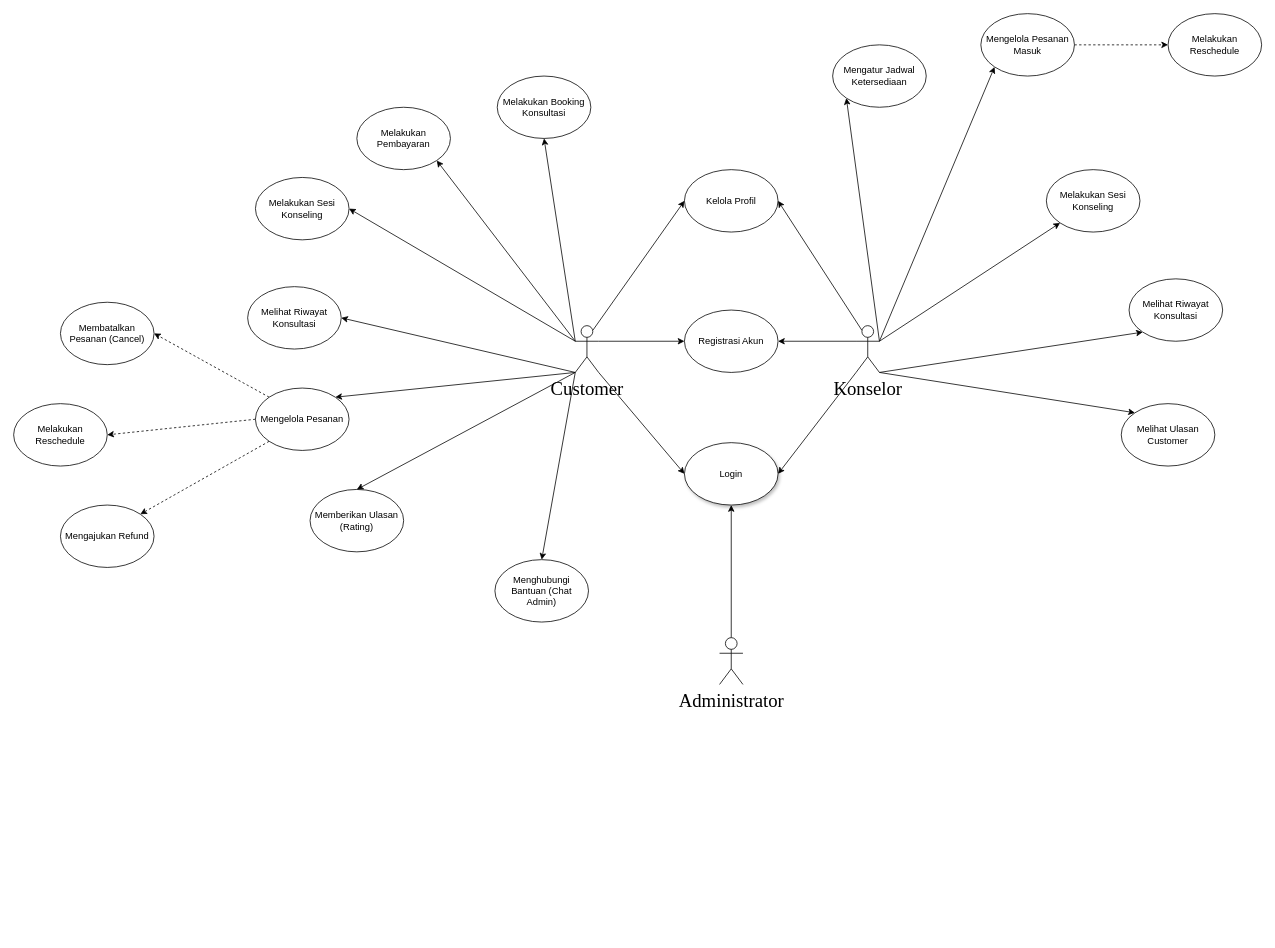
This is Use Case Diagram.drawio from UlulAzmiALatala/moodly-app, a draw.io file, before an edit. Source tidied: cells renumbered, new cells numbered last; positions are measured from the earlier drawing's top-left corner, leaving out a move shared by most shapes. Both pictures are drawn from the tidied source at 78%, with x=0, y=0 at pixel (13, 13).
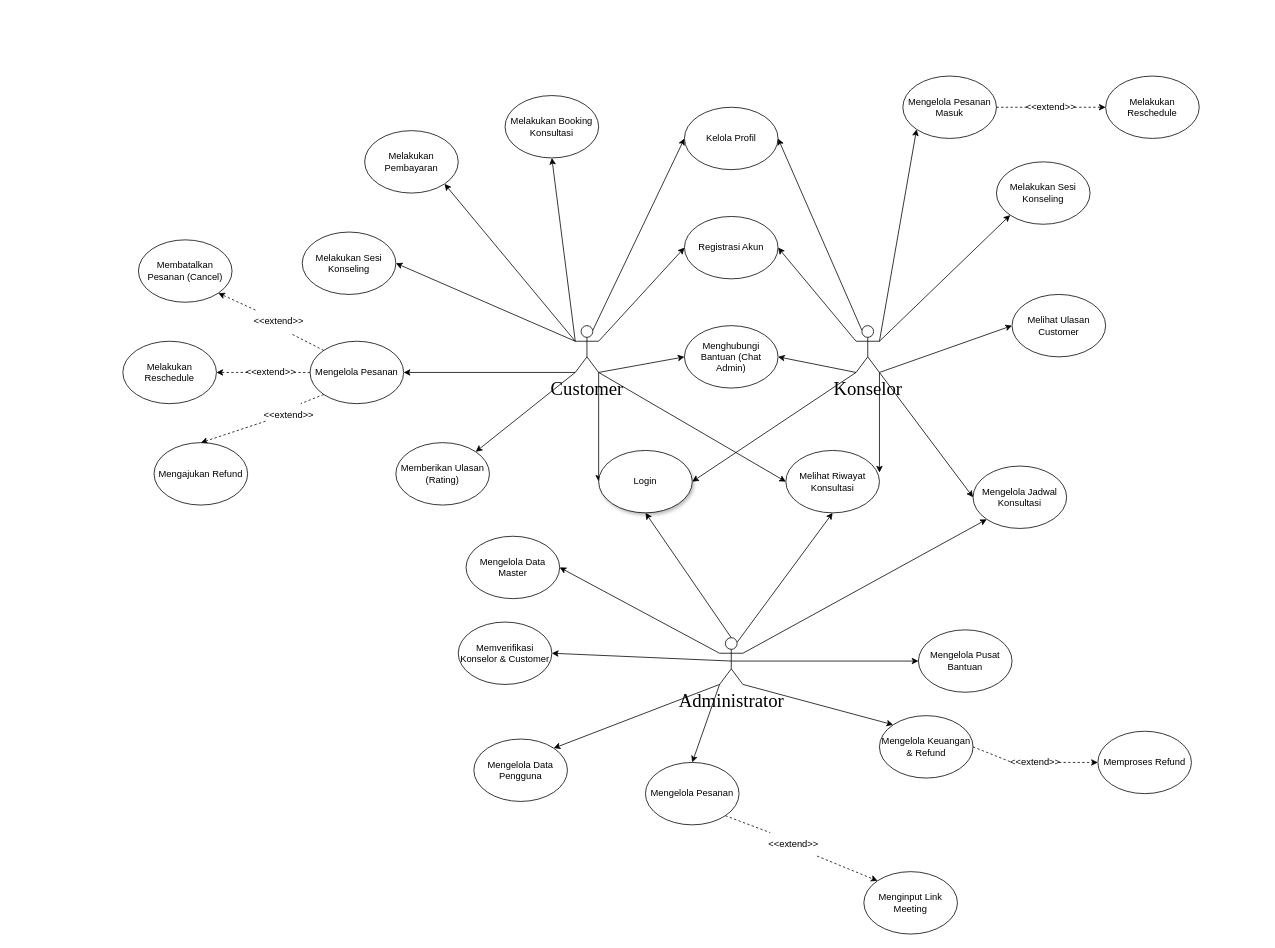
After the change.

The change refers to these unchanged cells:
```xml
<mxCell id="12" value="&lt;font face=&quot;Times New Roman&quot; style=&quot;font-size: 24px;&quot;&gt;Customer&lt;/font&gt;" style="shape=umlActor;verticalLabelPosition=bottom;verticalAlign=top;html=1;outlineConnect=0;" parent="1" vertex="1">
  <mxGeometry x="720" y="400" width="30" height="60" as="geometry" />
</mxCell>
<mxCell id="37" value="&lt;font face=&quot;Times New Roman&quot; style=&quot;font-size: 24px;&quot;&gt;Konselor&lt;/font&gt;" style="shape=umlActor;verticalLabelPosition=bottom;verticalAlign=top;html=1;outlineConnect=0;" parent="1" vertex="1">
  <mxGeometry x="1080" y="400" width="30" height="60" as="geometry" />
</mxCell>
<mxCell id="40" value="&lt;font face=&quot;Times New Roman&quot; style=&quot;font-size: 24px;&quot;&gt;Administrator&lt;/font&gt;" style="shape=umlActor;verticalLabelPosition=bottom;verticalAlign=top;html=1;outlineConnect=0;" parent="1" vertex="1">
  <mxGeometry x="905" y="800" width="30" height="60" as="geometry" />
</mxCell>
```

Diff of the diagram source:
```diff
@@
-    <mxCell id="5" style="rounded=0;jettySize=auto;html=1;exitX=0;exitY=1;exitDx=0;exitDy=0;exitPerimeter=0;entryX=0.5;entryY=0;entryDx=0;entryDy=0;" parent="1" edge="1" source="12" target="27">
-      <mxGeometry relative="1" as="geometry" />
-    </mxCell>
@@
-    <mxCell id="9" style="rounded=0;jettySize=auto;html=1;exitX=0;exitY=1;exitDx=0;exitDy=0;exitPerimeter=0;entryX=1;entryY=0.5;entryDx=0;entryDy=0;" parent="1" edge="1" source="12" target="20">
-      <mxGeometry relative="1" as="geometry" />
-    </mxCell>
-    <mxCell id="10" style="rounded=0;jettySize=auto;html=1;exitX=0;exitY=1;exitDx=0;exitDy=0;exitPerimeter=0;entryX=1;entryY=0;entryDx=0;entryDy=0;" parent="1" edge="1" source="12" target="25">
+    <mxCell id="10" style="rounded=0;jettySize=auto;html=1;exitX=0;exitY=1;exitDx=0;exitDy=0;exitPerimeter=0;entryX=1;entryY=0.5;entryDx=0;entryDy=0;" parent="1" edge="1" source="12" target="25">
       <mxGeometry relative="1" as="geometry" />
     </mxCell>
-    <mxCell id="11" style="rounded=0;jettySize=auto;html=1;exitX=0;exitY=1;exitDx=0;exitDy=0;exitPerimeter=0;entryX=0.5;entryY=0;entryDx=0;entryDy=0;" parent="1" edge="1" source="12" target="26">
+    <mxCell id="11" style="rounded=0;jettySize=auto;html=1;exitX=0;exitY=1;exitDx=0;exitDy=0;exitPerimeter=0;entryX=1;entryY=0;entryDx=0;entryDy=0;" parent="1" edge="1" source="12" target="26">
       <mxGeometry relative="1" as="geometry" />
     </mxCell>
+    <mxCell id="5" style="rounded=0;jettySize=auto;html=1;exitX=1;exitY=1;exitDx=0;exitDy=0;exitPerimeter=0;entryX=0;entryY=0.5;entryDx=0;entryDy=0;" parent="1" edge="1" source="12" target="27">
+      <mxGeometry relative="1" as="geometry" />
+    </mxCell>
@@
     <mxCell id="13" value="Login" style="ellipse;whiteSpace=wrap;html=1;shadow=1;" parent="1" vertex="1">
-      <mxGeometry x="860" y="550" width="120" height="80" as="geometry" />
+      <mxGeometry x="750" y="560" width="120" height="80" as="geometry" />
     </mxCell>
     <mxCell id="14" value="Melakukan Reschedule" style="ellipse;whiteSpace=wrap;html=1;" parent="1" vertex="1">
-      <mxGeometry y="500" width="120" height="80" as="geometry" />
+      <mxGeometry x="140" y="420" width="120" height="80" as="geometry" />
     </mxCell>
     <mxCell id="15" value="Registrasi Akun" style="ellipse;whiteSpace=wrap;html=1;" parent="1" vertex="1">
-      <mxGeometry x="860" y="380" width="120" height="80" as="geometry" />
+      <mxGeometry x="860" y="260" width="120" height="80" as="geometry" />
     </mxCell>
     <mxCell id="16" value="Melakukan Booking Konsultasi" style="ellipse;whiteSpace=wrap;html=1;" parent="1" vertex="1">
-      <mxGeometry x="620" y="80" width="120" height="80" as="geometry" />
+      <mxGeometry x="630" y="105" width="120" height="80" as="geometry" />
     </mxCell>
     <mxCell id="17" value="&lt;p&gt;Melakukan Sesi Konseling&lt;/p&gt;" style="ellipse;whiteSpace=wrap;html=1;" parent="1" vertex="1">
-      <mxGeometry x="310" y="210" width="120" height="80" as="geometry" />
+      <mxGeometry x="370" y="280" width="120" height="80" as="geometry" />
     </mxCell>
     <mxCell id="18" value="Kelola Profil" style="ellipse;whiteSpace=wrap;html=1;" parent="1" vertex="1">
-      <mxGeometry x="860" y="200" width="120" height="80" as="geometry" />
+      <mxGeometry x="860" y="120" width="120" height="80" as="geometry" />
     </mxCell>
     <mxCell id="19" value="Melakukan Pembayaran" style="ellipse;whiteSpace=wrap;html=1;" parent="1" vertex="1">
-      <mxGeometry x="440" y="120" width="120" height="80" as="geometry" />
+      <mxGeometry x="450" y="150" width="120" height="80" as="geometry" />
     </mxCell>
-    <mxCell id="20" value="Melihat Riwayat Konsultasi" style="ellipse;whiteSpace=wrap;html=1;" parent="1" vertex="1">
-      <mxGeometry x="300" y="350" width="120" height="80" as="geometry" />
-    </mxCell>
     <mxCell id="21" value="Membatalkan Pesanan (Cancel)" style="ellipse;whiteSpace=wrap;html=1;" parent="1" vertex="1">
-      <mxGeometry x="60" y="370" width="120" height="80" as="geometry" />
+      <mxGeometry x="160" y="290" width="120" height="80" as="geometry" />
     </mxCell>
-    <mxCell id="22" style="rounded=0;jettySize=auto;html=1;exitX=0;exitY=0.5;exitDx=0;exitDy=0;entryX=1;entryY=0.5;entryDx=0;entryDy=0;dashed=1;" parent="1" edge="1" source="25" target="14">
+    <mxCell id="22" style="rounded=0;jettySize=auto;html=1;exitX=0;exitY=0.5;exitDx=0;exitDy=0;entryX=1;entryY=0.5;entryDx=0;entryDy=0;dashed=1;" parent="1" edge="1" source="71" target="14">
       <mxGeometry relative="1" as="geometry" />
     </mxCell>
-    <mxCell id="23" style="rounded=0;jettySize=auto;html=1;exitX=0;exitY=0;exitDx=0;exitDy=0;entryX=1;entryY=0.5;entryDx=0;entryDy=0;dashed=1;" parent="1" edge="1" source="25" target="21">
+    <mxCell id="23" style="rounded=0;jettySize=auto;html=1;exitX=0;exitY=0;exitDx=0;exitDy=0;entryX=1;entryY=1;entryDx=0;entryDy=0;dashed=1;" parent="1" edge="1" source="73" target="21">
       <mxGeometry relative="1" as="geometry" />
     </mxCell>
-    <mxCell id="24" style="rounded=0;jettySize=auto;html=1;exitX=0;exitY=1;exitDx=0;exitDy=0;entryX=1;entryY=0;entryDx=0;entryDy=0;dashed=1;" parent="1" edge="1" source="25" target="38">
+    <mxCell id="24" style="rounded=0;jettySize=auto;html=1;exitX=0;exitY=0.75;exitDx=0;exitDy=0;dashed=1;entryX=0.5;entryY=0;entryDx=0;entryDy=0;" parent="1" edge="1" source="69" target="38">
       <mxGeometry relative="1" as="geometry" />
     </mxCell>
     <mxCell id="25" value="Mengelola Pesanan" style="ellipse;whiteSpace=wrap;html=1;" parent="1" vertex="1">
-      <mxGeometry x="310" y="480" width="120" height="80" as="geometry" />
+      <mxGeometry x="380" y="420" width="120" height="80" as="geometry" />
     </mxCell>
     <mxCell id="26" value="Memberikan Ulasan (Rating)" style="ellipse;whiteSpace=wrap;html=1;" parent="1" vertex="1">
-      <mxGeometry x="380" y="610" width="120" height="80" as="geometry" />
+      <mxGeometry x="490" y="550" width="120" height="80" as="geometry" />
     </mxCell>
-    <mxCell id="27" value="Menghubungi Bantuan (Chat Admin)" style="ellipse;whiteSpace=wrap;html=1;" parent="1" vertex="1">
-      <mxGeometry x="617" y="700" width="120" height="80" as="geometry" />
-    </mxCell>
@@
-    <mxCell id="32" style="rounded=0;jettySize=auto;html=1;entryX=0;entryY=1;entryDx=0;entryDy=0;" parent="1" edge="1" target="45">
-      <mxGeometry relative="1" as="geometry">
-        <mxPoint x="1110" y="420" as="sourcePoint" />
-      </mxGeometry>
+    <mxCell id="32" style="rounded=0;jettySize=auto;html=1;entryX=0;entryY=0.5;entryDx=0;entryDy=0;exitX=1;exitY=1;exitDx=0;exitDy=0;exitPerimeter=0;" parent="1" edge="1" source="37" target="45">
+      <mxGeometry relative="1" as="geometry" />
     </mxCell>
@@
-    <mxCell id="35" style="rounded=0;jettySize=auto;html=1;exitX=1;exitY=1;exitDx=0;exitDy=0;exitPerimeter=0;entryX=0;entryY=1;entryDx=0;entryDy=0;" parent="1" edge="1" source="37" target="46">
+    <mxCell id="35" style="rounded=0;jettySize=auto;html=1;exitX=1;exitY=1;exitDx=0;exitDy=0;exitPerimeter=0;entryX=1;entryY=0.354;entryDx=0;entryDy=0;entryPerimeter=0;" parent="1" edge="1" source="37" target="46">
       <mxGeometry relative="1" as="geometry" />
     </mxCell>
-    <mxCell id="36" style="rounded=0;jettySize=auto;html=1;exitX=1;exitY=1;exitDx=0;exitDy=0;exitPerimeter=0;entryX=0;entryY=0;entryDx=0;entryDy=0;" parent="1" edge="1" source="37" target="44">
+    <mxCell id="36" style="rounded=0;jettySize=auto;html=1;exitX=1;exitY=1;exitDx=0;exitDy=0;exitPerimeter=0;entryX=0;entryY=0.5;entryDx=0;entryDy=0;" parent="1" edge="1" source="37" target="44">
       <mxGeometry relative="1" as="geometry" />
     </mxCell>
+    <mxCell id="48" style="rounded=0;jettySize=auto;html=1;exitX=0;exitY=1;exitDx=0;exitDy=0;exitPerimeter=0;entryX=1;entryY=0.5;entryDx=0;entryDy=0;" parent="1" edge="1" source="37" target="27">
+      <mxGeometry relative="1" as="geometry" />
+    </mxCell>
@@
     <mxCell id="38" value="Mengajukan Refund" style="ellipse;whiteSpace=wrap;html=1;" parent="1" vertex="1">
-      <mxGeometry x="60" y="630" width="120" height="80" as="geometry" />
+      <mxGeometry x="180" y="550" width="120" height="80" as="geometry" />
     </mxCell>
@@
+    <mxCell id="49" style="rounded=0;jettySize=auto;html=1;exitX=1;exitY=0.3333333333333333;exitDx=0;exitDy=0;exitPerimeter=0;entryX=0;entryY=1;entryDx=0;entryDy=0;" parent="1" edge="1" source="40" target="45">
+      <mxGeometry relative="1" as="geometry" />
+    </mxCell>
+    <mxCell id="50" style="rounded=0;jettySize=auto;html=1;exitX=0.75;exitY=0.1;exitDx=0;exitDy=0;exitPerimeter=0;entryX=0.5;entryY=1;entryDx=0;entryDy=0;" parent="1" edge="1" source="40" target="46">
+      <mxGeometry relative="1" as="geometry" />
+    </mxCell>
+    <mxCell id="51" style="rounded=0;jettySize=auto;html=1;exitX=0.5;exitY=0.5;exitDx=0;exitDy=0;exitPerimeter=0;entryX=1;entryY=0.5;entryDx=0;entryDy=0;" parent="1" edge="1" source="40" target="63">
+      <mxGeometry relative="1" as="geometry" />
+    </mxCell>
+    <mxCell id="52" style="rounded=0;jettySize=auto;html=1;exitX=0;exitY=1;exitDx=0;exitDy=0;exitPerimeter=0;entryX=1;entryY=0;entryDx=0;entryDy=0;" parent="1" edge="1" source="40" target="56">
+      <mxGeometry relative="1" as="geometry" />
+    </mxCell>
+    <mxCell id="53" style="rounded=0;jettySize=auto;html=1;exitX=0;exitY=1;exitDx=0;exitDy=0;exitPerimeter=0;entryX=0.5;entryY=0;entryDx=0;entryDy=0;" parent="1" edge="1" source="40" target="61">
+      <mxGeometry relative="1" as="geometry" />
+    </mxCell>
+    <mxCell id="54" style="rounded=0;jettySize=auto;html=1;exitX=1;exitY=1;exitDx=0;exitDy=0;exitPerimeter=0;entryX=0;entryY=0;entryDx=0;entryDy=0;" parent="1" edge="1" source="40" target="58">
+      <mxGeometry relative="1" as="geometry" />
+    </mxCell>
+    <mxCell id="55" style="rounded=0;jettySize=auto;html=1;exitX=0.5;exitY=0.5;exitDx=0;exitDy=0;exitPerimeter=0;entryX=0;entryY=0.5;entryDx=0;entryDy=0;" parent="1" edge="1" source="40" target="64">
+      <mxGeometry relative="1" as="geometry" />
+    </mxCell>
@@
     <mxCell id="41" value="Melakukan Sesi Konseling" style="ellipse;whiteSpace=wrap;html=1;" parent="1" vertex="1">
-      <mxGeometry x="1324" y="200" width="120" height="80" as="geometry" />
+      <mxGeometry x="1260" y="190" width="120" height="80" as="geometry" />
     </mxCell>
-    <mxCell id="42" style="rounded=0;jettySize=auto;html=1;exitX=1;exitY=0.5;exitDx=0;exitDy=0;entryX=0;entryY=0.5;entryDx=0;entryDy=0;dashed=1;" parent="1" edge="1" source="43" target="47">
+    <mxCell id="42" style="rounded=0;jettySize=auto;html=1;exitX=1;exitY=0.5;exitDx=0;exitDy=0;entryX=0;entryY=0.5;entryDx=0;entryDy=0;dashed=1;" parent="1" edge="1" source="79" target="47">
       <mxGeometry relative="1" as="geometry" />
     </mxCell>
     <mxCell id="43" value="Mengelola Pesanan Masuk" style="ellipse;whiteSpace=wrap;html=1;" parent="1" vertex="1">
-      <mxGeometry x="1240" width="120" height="80" as="geometry" />
+      <mxGeometry x="1140" y="80" width="120" height="80" as="geometry" />
     </mxCell>
     <mxCell id="44" value="Melihat Ulasan Customer" style="ellipse;whiteSpace=wrap;html=1;" parent="1" vertex="1">
-      <mxGeometry x="1420" y="500" width="120" height="80" as="geometry" />
+      <mxGeometry x="1280" y="360" width="120" height="80" as="geometry" />
     </mxCell>
-    <mxCell id="45" value="Mengatur Jadwal Ketersediaan" style="ellipse;whiteSpace=wrap;html=1;" parent="1" vertex="1">
-      <mxGeometry x="1050" y="40" width="120" height="80" as="geometry" />
+    <mxCell id="45" value="Mengelola Jadwal Konsultasi" style="ellipse;whiteSpace=wrap;html=1;" parent="1" vertex="1">
+      <mxGeometry x="1230" y="580" width="120" height="80" as="geometry" />
     </mxCell>
     <mxCell id="46" value="Melihat Riwayat Konsultasi" style="ellipse;whiteSpace=wrap;html=1;" parent="1" vertex="1">
-      <mxGeometry x="1430" y="340" width="120" height="80" as="geometry" />
+      <mxGeometry x="990" y="560" width="120" height="80" as="geometry" />
     </mxCell>
     <mxCell id="47" value="Melakukan Reschedule" style="ellipse;whiteSpace=wrap;html=1;" parent="1" vertex="1">
-      <mxGeometry x="1480" width="120" height="80" as="geometry" />
+      <mxGeometry x="1400" y="80" width="120" height="80" as="geometry" />
     </mxCell>
+    <mxCell id="56" value="Mengelola Data Pengguna" style="ellipse;whiteSpace=wrap;html=1;" parent="1" vertex="1">
+      <mxGeometry x="590" y="930" width="120" height="80" as="geometry" />
+    </mxCell>
+    <mxCell id="57" style="rounded=0;jettySize=auto;html=1;exitX=1;exitY=0.5;exitDx=0;exitDy=0;entryX=0;entryY=0.5;entryDx=0;entryDy=0;dashed=1;" parent="1" edge="1" source="77" target="67">
+      <mxGeometry relative="1" as="geometry" />
+    </mxCell>
+    <mxCell id="58" value="Mengelola Keuangan &amp;amp; Refund" style="ellipse;whiteSpace=wrap;html=1;" parent="1" vertex="1">
+      <mxGeometry x="1110" y="900" width="120" height="80" as="geometry" />
+    </mxCell>
+    <mxCell id="59" value="Mengelola Data Master" style="ellipse;whiteSpace=wrap;html=1;" parent="1" vertex="1">
+      <mxGeometry x="580" y="670" width="120" height="80" as="geometry" />
+    </mxCell>
+    <mxCell id="60" style="rounded=0;jettySize=auto;html=1;exitX=1;exitY=1;exitDx=0;exitDy=0;dashed=1;entryX=0;entryY=0;entryDx=0;entryDy=0;" parent="1" edge="1" source="75" target="62">
+      <mxGeometry relative="1" as="geometry" />
+    </mxCell>
+    <mxCell id="61" value="Mengelola Pesanan" style="ellipse;whiteSpace=wrap;html=1;" parent="1" vertex="1">
+      <mxGeometry x="810" y="960" width="120" height="80" as="geometry" />
+    </mxCell>
+    <mxCell id="62" value="Menginput Link Meeting" style="ellipse;whiteSpace=wrap;html=1;" parent="1" vertex="1">
+      <mxGeometry x="1090" y="1100" width="120" height="80" as="geometry" />
+    </mxCell>
+    <mxCell id="63" value="Memverifikasi Konselor &amp;amp; Customer" style="ellipse;whiteSpace=wrap;html=1;" parent="1" vertex="1">
+      <mxGeometry x="570" y="780" width="120" height="80" as="geometry" />
+    </mxCell>
+    <mxCell id="64" value="Mengelola Pusat Bantuan" style="ellipse;whiteSpace=wrap;html=1;" parent="1" vertex="1">
+      <mxGeometry x="1160" y="790" width="120" height="80" as="geometry" />
+    </mxCell>
+    <mxCell id="65" style="rounded=0;jettySize=auto;html=1;exitX=1;exitY=1;exitDx=0;exitDy=0;exitPerimeter=0;entryX=0;entryY=0.5;entryDx=0;entryDy=0;" parent="1" edge="1" source="12" target="46">
+      <mxGeometry relative="1" as="geometry" />
+    </mxCell>
+    <mxCell id="66" style="rounded=0;jettySize=auto;html=1;exitX=0;exitY=0.3333333333333333;exitDx=0;exitDy=0;exitPerimeter=0;entryX=1;entryY=0.5;entryDx=0;entryDy=0;" parent="1" edge="1" source="40" target="59">
+      <mxGeometry relative="1" as="geometry" />
+    </mxCell>
+    <mxCell id="67" value="Memproses Refund" style="ellipse;whiteSpace=wrap;html=1;" parent="1" vertex="1">
+      <mxGeometry x="1390" y="920" width="120" height="80" as="geometry" />
+    </mxCell>
+    <mxCell id="27" value="Menghubungi Bantuan (Chat Admin)" style="ellipse;whiteSpace=wrap;html=1;" parent="1" vertex="1">
+      <mxGeometry x="860" y="400" width="120" height="80" as="geometry" />
+    </mxCell>
+    <mxCell id="68" style="rounded=0;jettySize=auto;html=1;exitX=0;exitY=1;exitDx=0;exitDy=0;entryX=0.75;entryY=0;entryDx=0;entryDy=0;dashed=1;endArrow=none;endFill=0;" parent="1" edge="1" source="25" target="69">
+      <mxGeometry relative="1" as="geometry" />
+    </mxCell>
+    <mxCell id="69" value="&amp;lt;&amp;lt;extend&amp;gt;&amp;gt;" style="text;html=1;whiteSpace=wrap;strokeColor=none;fillColor=none;align=center;verticalAlign=middle;rounded=0;" parent="1" vertex="1">
+      <mxGeometry x="323" y="500" width="60" height="30" as="geometry" />
+    </mxCell>
+    <mxCell id="70" style="rounded=0;jettySize=auto;html=1;exitX=0;exitY=0.5;exitDx=0;exitDy=0;entryX=1;entryY=0.5;entryDx=0;entryDy=0;dashed=1;endArrow=none;endFill=0;" parent="1" edge="1" source="25" target="71">
+      <mxGeometry relative="1" as="geometry" />
+    </mxCell>
+    <mxCell id="71" value="&amp;lt;&amp;lt;extend&amp;gt;&amp;gt;" style="text;html=1;whiteSpace=wrap;strokeColor=none;fillColor=none;align=center;verticalAlign=middle;rounded=0;" parent="1" vertex="1">
+      <mxGeometry x="300" y="445" width="60" height="30" as="geometry" />
+    </mxCell>
+    <mxCell id="72" style="rounded=0;jettySize=auto;html=1;exitX=0;exitY=0;exitDx=0;exitDy=0;entryX=0.75;entryY=1;entryDx=0;entryDy=0;dashed=1;endArrow=none;endFill=0;" parent="1" edge="1" source="25" target="73">
+      <mxGeometry relative="1" as="geometry" />
+    </mxCell>
+    <mxCell id="73" value="&amp;lt;&amp;lt;extend&amp;gt;&amp;gt;" style="text;html=1;whiteSpace=wrap;strokeColor=none;fillColor=none;align=center;verticalAlign=middle;rounded=0;" parent="1" vertex="1">
+      <mxGeometry x="310" y="380" width="60" height="30" as="geometry" />
+    </mxCell>
+    <mxCell id="74" style="rounded=0;jettySize=auto;html=1;exitX=1;exitY=1;exitDx=0;exitDy=0;dashed=1;endArrow=none;endFill=0;" parent="1" edge="1" source="61">
+      <mxGeometry relative="1" as="geometry">
+        <mxPoint x="970" y="1050" as="targetPoint" />
+      </mxGeometry>
+    </mxCell>
+    <mxCell id="75" value="&amp;lt;&amp;lt;extend&amp;gt;&amp;gt;" style="text;html=1;whiteSpace=wrap;strokeColor=none;fillColor=none;align=center;verticalAlign=middle;rounded=0;" parent="1" vertex="1">
+      <mxGeometry x="970" y="1050" width="60" height="30" as="geometry" />
+    </mxCell>
+    <mxCell id="76" style="rounded=0;jettySize=auto;html=1;exitX=1;exitY=0.5;exitDx=0;exitDy=0;entryX=0;entryY=0.5;entryDx=0;entryDy=0;dashed=1;endArrow=none;endFill=0;" parent="1" edge="1" source="58" target="77">
+      <mxGeometry relative="1" as="geometry" />
+    </mxCell>
+    <mxCell id="77" value="&amp;lt;&amp;lt;extend&amp;gt;&amp;gt;" style="text;html=1;whiteSpace=wrap;strokeColor=none;fillColor=none;align=center;verticalAlign=middle;rounded=0;" parent="1" vertex="1">
+      <mxGeometry x="1280" y="945" width="60" height="30" as="geometry" />
+    </mxCell>
+    <mxCell id="78" style="rounded=0;jettySize=auto;html=1;exitX=1;exitY=0.5;exitDx=0;exitDy=0;entryX=0;entryY=0.5;entryDx=0;entryDy=0;dashed=1;endArrow=none;endFill=0;" parent="1" edge="1" source="43" target="79">
+      <mxGeometry relative="1" as="geometry" />
+    </mxCell>
+    <mxCell id="79" value="&amp;lt;&amp;lt;extend&amp;gt;&amp;gt;" style="text;html=1;whiteSpace=wrap;strokeColor=none;fillColor=none;align=center;verticalAlign=middle;rounded=0;" parent="1" vertex="1">
+      <mxGeometry x="1300" y="105" width="60" height="30" as="geometry" />
+    </mxCell>
```
